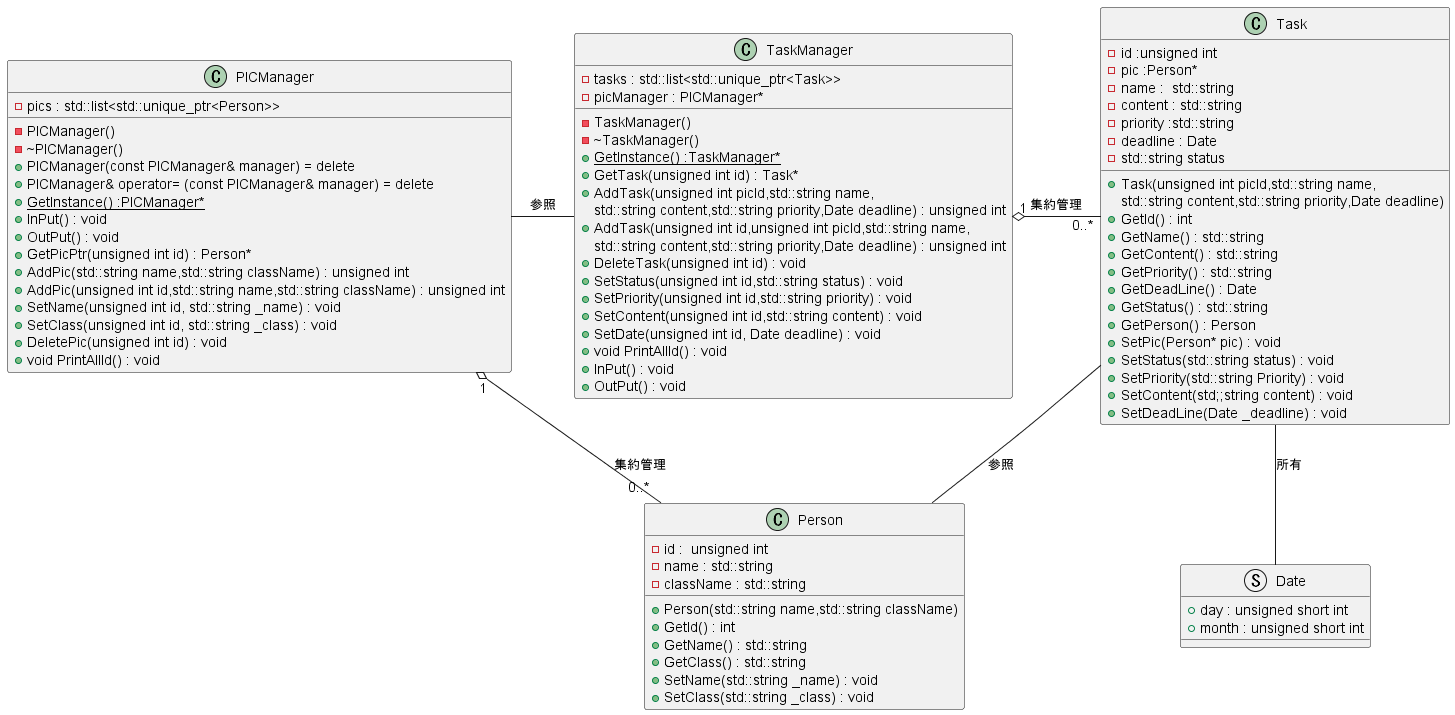
Earlier version of the PlantUML export uml/class.png (maple-c-blossom/PG3). The source it was exported from:
```plantuml
@startuml
class Person {
    - id :  unsigned int
    - name : std::string
    - className : std::string
    + Person(std::string name,std::string className)
    + GetId() : int
    + GetName() : std::string
    + GetClass() : std::string
    + SetName(std::string _name) : void
    + SetClass(std::string _class) : void
}

struct Date {
    + day : unsigned short int
    + month : unsigned short int
}

class Task {
    - id :unsigned int
    - pic :Person*
    - name :  std::string
    - content : std::string
    - priority :std::string
    - deadline : Date
    - std::string status
    + Task(unsigned int picId,std::string name,
            std::string content,std::string priority,Date deadline)
    + GetId() : int
    + GetName() : std::string
    + GetContent() : std::string
    + GetPriority() : std::string
    + GetDeadLine() : Date
    + GetStatus() : std::string
    + GetPerson() : Person
    + SetPic(Person* pic) : void
    + SetStatus(std::string status) : void
    + SetPriority(std::string Priority) : void
    + SetContent(std;;string content) : void
    + SetDeadLine(Date _deadline) : void
}

class PICManager{
    - PICManager()
    - ~PICManager()
    - pics : std::list<std::unique_ptr<Person>>
    + PICManager(const PICManager& manager) = delete
	+ PICManager& operator= (const PICManager& manager) = delete
    + {static}GetInstance() :PICManager*
    + InPut() : void
    + OutPut() : void
    + GetPicPtr(unsigned int id) : Person*
    + AddPic(std::string name,std::string className) : unsigned int
    + AddPic(unsigned int id,std::string name,std::string className) : unsigned int
    + SetName(unsigned int id, std::string _name) : void
    + SetClass(unsigned int id, std::string _class) : void
    + DeletePic(unsigned int id) : void
    + void PrintAllId() : void
}

class TaskManager{
    - TaskManager()
    - ~TaskManager()
    - tasks : std::list<std::unique_ptr<Task>>
    - picManager : PICManager*
    + {static}GetInstance() :TaskManager*
    + GetTask(unsigned int id) : Task*
    + AddTask(unsigned int picId,std::string name,
            std::string content,std::string priority,Date deadline) : unsigned int
    + AddTask(unsigned int id,unsigned int picId,std::string name,
            std::string content,std::string priority,Date deadline) : unsigned int
    + DeleteTask(unsigned int id) : void
    + SetStatus(unsigned int id,std::string status) : void
    + SetPriority(unsigned int id,std::string priority) : void
    + SetContent(unsigned int id,std::string content) : void
    + SetDate(unsigned int id, Date deadline) : void
    + void PrintAllId() : void
    + InPut() : void
    + OutPut() : void
}

PICManager "1" o- "0..*"Person :集約管理
TaskManager "1" o- "0..*"Task:集約管理
PICManager - TaskManager:参照
Task -- Date :所有
Task -- Person:参照
@enduml
```
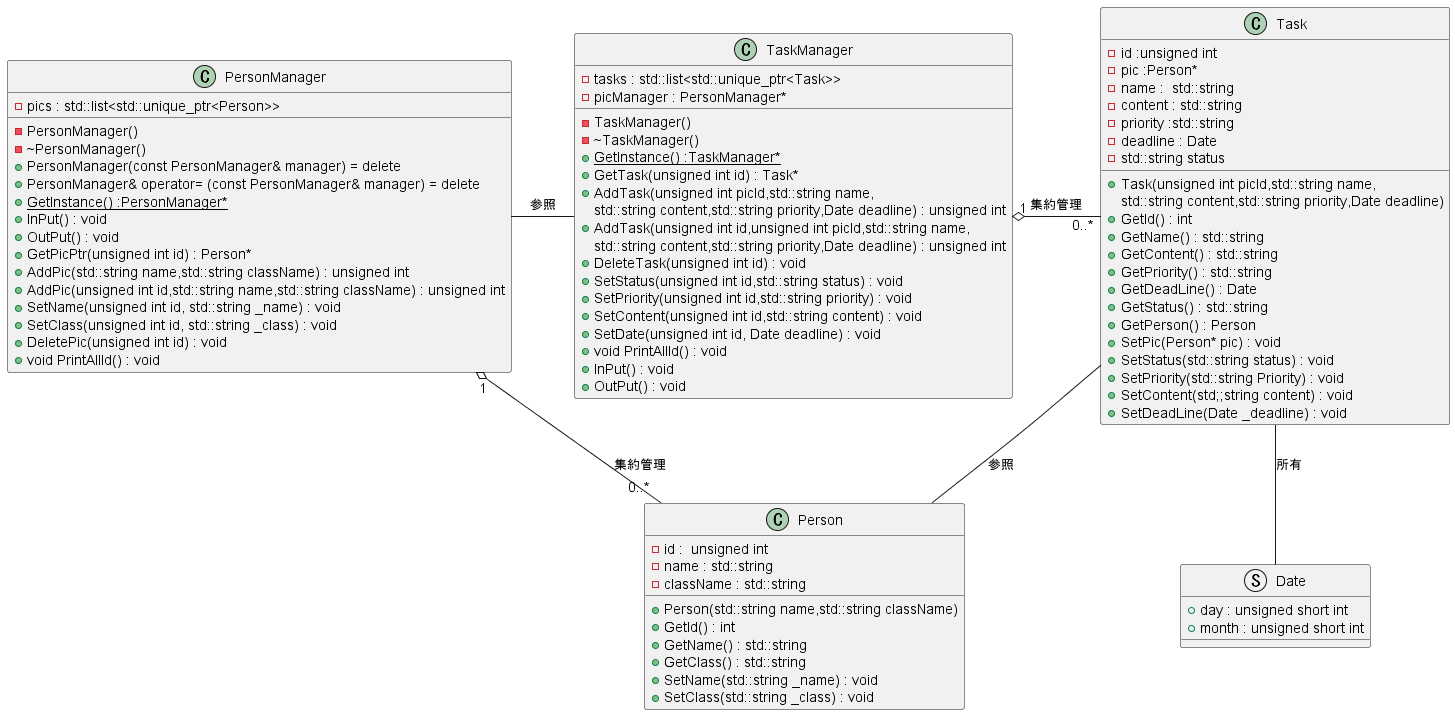
After the commit.

Change to the diagram source:
```diff
@@ -40,13 +40,13 @@
     + SetDeadLine(Date _deadline) : void
 }
 
-class PICManager{
-    - PICManager()
-    - ~PICManager()
+class PersonManager{
+    - PersonManager()
+    - ~PersonManager()
     - pics : std::list<std::unique_ptr<Person>>
-    + PICManager(const PICManager& manager) = delete
-	+ PICManager& operator= (const PICManager& manager) = delete
-    + {static}GetInstance() :PICManager*
+    + PersonManager(const PersonManager& manager) = delete
+	+ PersonManager& operator= (const PersonManager& manager) = delete
+    + {static}GetInstance() :PersonManager*
     + InPut() : void
     + OutPut() : void
     + GetPicPtr(unsigned int id) : Person*
@@ -62,7 +62,7 @@
     - TaskManager()
     - ~TaskManager()
     - tasks : std::list<std::unique_ptr<Task>>
-    - picManager : PICManager*
+    - picManager : PersonManager*
     + {static}GetInstance() :TaskManager*
     + GetTask(unsigned int id) : Task*
     + AddTask(unsigned int picId,std::string name,
@@ -79,9 +79,9 @@
     + OutPut() : void
 }
 
-PICManager "1" o- "0..*"Person :集約管理
+PersonManager "1" o- "0..*"Person :集約管理
 TaskManager "1" o- "0..*"Task:集約管理
-PICManager - TaskManager:参照
+PersonManager - TaskManager:参照
 Task -- Date :所有
 Task -- Person:参照
 @enduml
```
